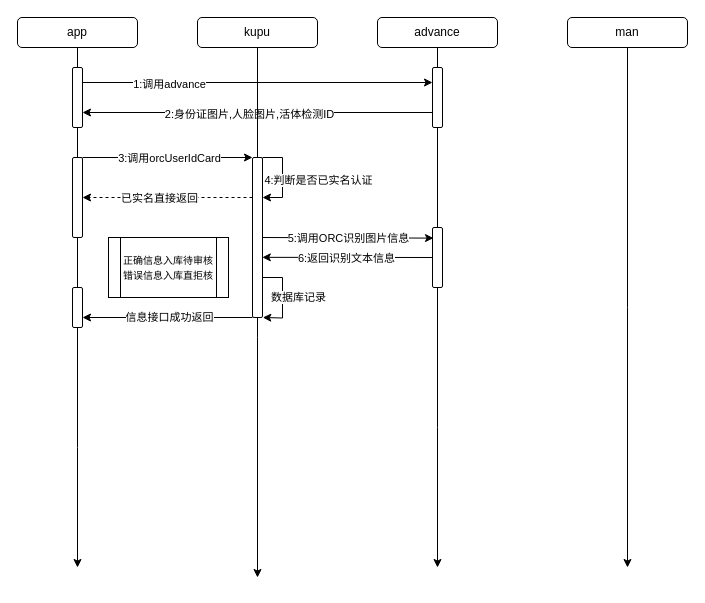
Before: Untitled Diagram.drawio in jarcn/pic, a draw.io diagram. Source tidied: cells renumbered, new cells numbered last; positions are measured from the earlier drawing's top-left corner, leaving out a move shared by most shapes. Both pictures are drawn from the tidied source at 100%, with x=0, y=0 at pixel (17, 17).
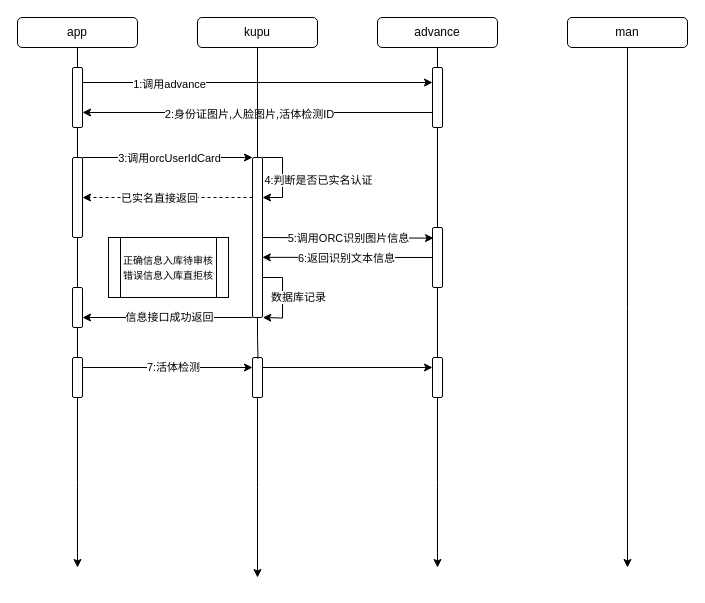
The same page after the edit.

The change refers to these unchanged cells:
```xml
<mxCell id="32" style="rounded=1;whiteSpace=wrap;html=1;" parent="1" vertex="1">
  <mxGeometry x="415" y="210" width="10" height="60" as="geometry" />
</mxCell>
<mxCell id="37" style="rounded=1;whiteSpace=wrap;html=1;" parent="1" vertex="1">
  <mxGeometry x="55" y="270" width="10" height="40" as="geometry" />
</mxCell>
```

Diff of the diagram source:
```diff
@@
-    <mxCell id="5" style="edgeStyle=orthogonalEdgeStyle;rounded=0;jettySize=auto;html=1;exitX=0.5;exitY=1;exitDx=0;exitDy=0;startArrow=none;" parent="1" edge="1" source="37">
+    <mxCell id="5" style="edgeStyle=orthogonalEdgeStyle;rounded=0;jettySize=auto;html=1;exitX=0.5;exitY=1;exitDx=0;exitDy=0;startArrow=none;" parent="1" edge="1" source="43">
       <mxGeometry relative="1" as="geometry">
         <mxPoint x="60" y="550" as="targetPoint" />
       </mxGeometry>
     </mxCell>
@@
-    <mxCell id="7" style="edgeStyle=orthogonalEdgeStyle;rounded=0;orthogonalLoop=1;jettySize=auto;html=1;startArrow=none;" parent="1" edge="1">
+    <mxCell id="7" style="edgeStyle=orthogonalEdgeStyle;rounded=0;jettySize=auto;html=1;startArrow=none;" parent="1" edge="1" source="46">
       <mxGeometry relative="1" as="geometry">
-        <mxPoint x="240" y="320" as="sourcePoint" />
         <mxPoint x="240" y="560" as="targetPoint" />
       </mxGeometry>
     </mxCell>
@@
-    <mxCell id="9" style="edgeStyle=orthogonalEdgeStyle;rounded=0;jettySize=auto;html=1;exitX=0.5;exitY=1;exitDx=0;exitDy=0;startArrow=none;" parent="1" edge="1" source="32">
+    <mxCell id="9" style="edgeStyle=orthogonalEdgeStyle;rounded=0;jettySize=auto;html=1;exitX=0.5;exitY=1;exitDx=0;exitDy=0;startArrow=none;" parent="1" edge="1" source="48">
       <mxGeometry relative="1" as="geometry">
         <mxPoint x="420" y="550" as="targetPoint" />
       </mxGeometry>
     </mxCell>
@@
+    <mxCell id="41" style="edgeStyle=orthogonalEdgeStyle;rounded=0;jettySize=auto;html=1;exitX=1;exitY=0.25;exitDx=0;exitDy=0;entryX=0;entryY=0.25;entryDx=0;entryDy=0;" parent="1" edge="1" source="43" target="46">
+      <mxGeometry relative="1" as="geometry" />
+    </mxCell>
+    <mxCell id="42" value="7:活体检测" style="edgeLabel;html=1;align=center;verticalAlign=middle;" parent="41" vertex="1">
+      <mxGeometry x="0.06" y="1" relative="1" as="geometry" />
+    </mxCell>
+    <mxCell id="43" style="rounded=1;whiteSpace=wrap;html=1;" parent="1" vertex="1">
+      <mxGeometry x="55" y="340" width="10" height="40" as="geometry" />
+    </mxCell>
+    <mxCell id="44" style="edgeStyle=orthogonalEdgeStyle;rounded=0;jettySize=auto;html=1;exitX=0.5;exitY=1;exitDx=0;exitDy=0;startArrow=none;endArrow=none;" parent="1" edge="1" source="37" target="43">
+      <mxGeometry relative="1" as="geometry" />
+    </mxCell>
+    <mxCell id="45" style="edgeStyle=orthogonalEdgeStyle;rounded=0;jettySize=auto;html=1;exitX=1;exitY=0.25;exitDx=0;exitDy=0;entryX=0;entryY=0.25;entryDx=0;entryDy=0;" parent="1" edge="1" source="46" target="48">
+      <mxGeometry relative="1" as="geometry" />
+    </mxCell>
+    <mxCell id="46" style="rounded=1;whiteSpace=wrap;html=1;" parent="1" vertex="1">
+      <mxGeometry x="235" y="340" width="10" height="40" as="geometry" />
+    </mxCell>
+    <mxCell id="47" style="edgeStyle=orthogonalEdgeStyle;rounded=0;jettySize=auto;html=1;startArrow=none;endArrow=none;" parent="1" edge="1" target="46">
+      <mxGeometry relative="1" as="geometry">
+        <mxPoint x="240" y="320" as="sourcePoint" />
+      </mxGeometry>
+    </mxCell>
+    <mxCell id="48" style="rounded=1;whiteSpace=wrap;html=1;" parent="1" vertex="1">
+      <mxGeometry x="415" y="340" width="10" height="40" as="geometry" />
+    </mxCell>
+    <mxCell id="49" style="edgeStyle=orthogonalEdgeStyle;rounded=0;jettySize=auto;html=1;exitX=0.5;exitY=1;exitDx=0;exitDy=0;startArrow=none;endArrow=none;" parent="1" edge="1" source="32" target="48">
+      <mxGeometry relative="1" as="geometry" />
+    </mxCell>
```
